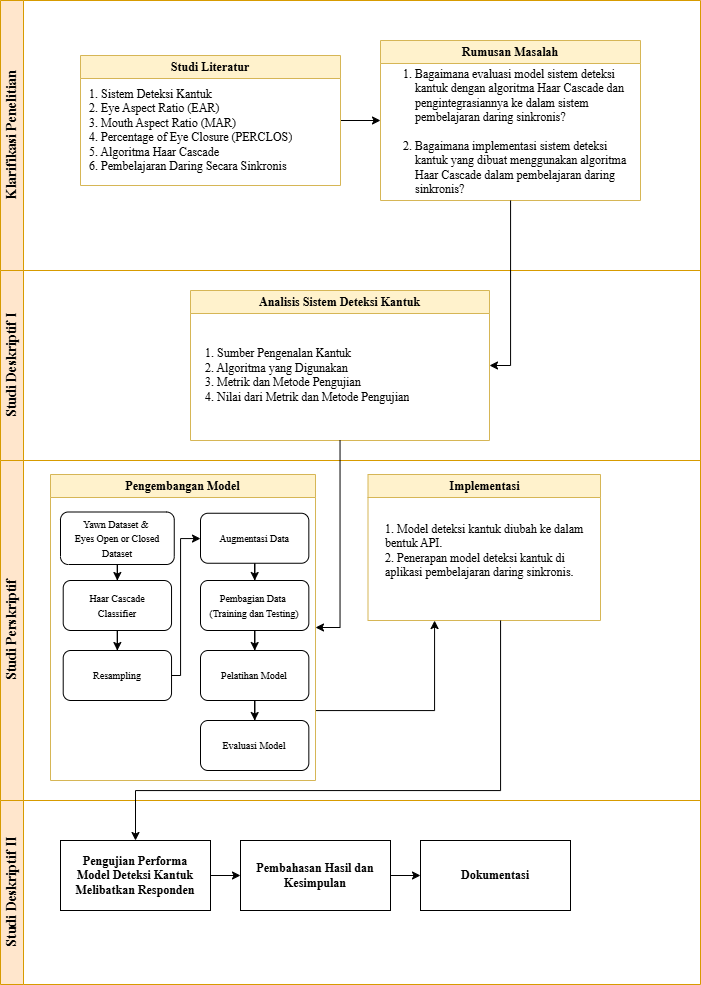
pakkaem/app.diagrams.net-repo keeps this draw.io diagram as Desain Penelitian.drawio.png. Above is the earlier version. Source tidied: cells renumbered, new cells last; positions are measured from the earlier drawing's top-left corner, leaving out a move shared by most shapes.
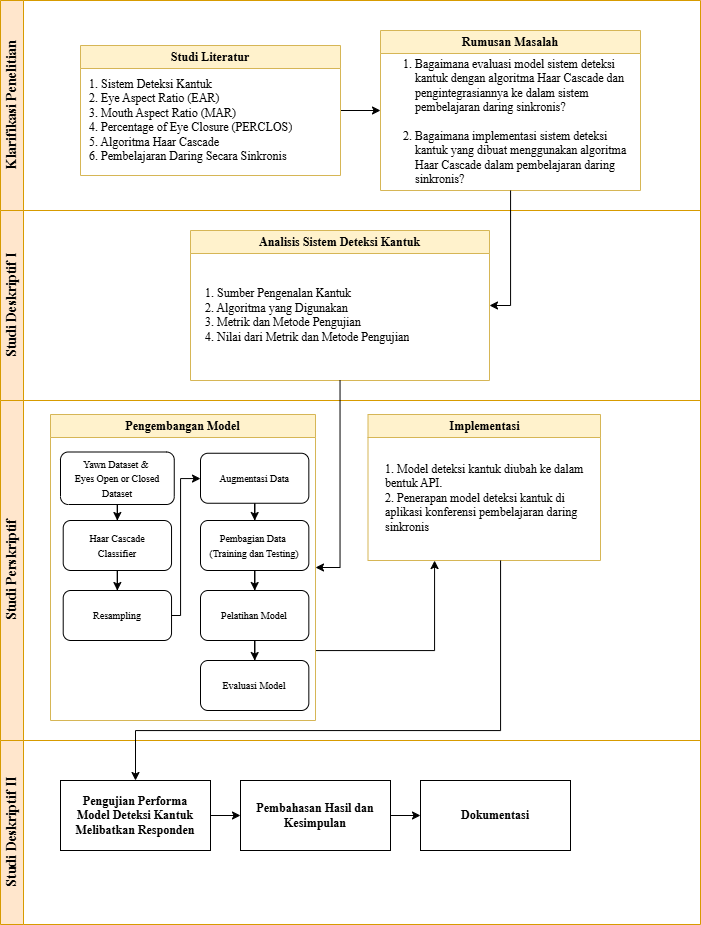
Above is the later version.

What changed in the source:
```diff
@@ -3,19 +3,19 @@
     <mxCell id="0" />
     <mxCell id="1" parent="0" />
     <mxCell id="2" value="Klarifikasi Penelitian" style="swimlane;horizontal=0;whiteSpace=wrap;html=1;fontFamily=Times New Roman;fontSize=14;fillColor=#ffe6cc;strokeColor=#d79b00;" parent="1" vertex="1">
-      <mxGeometry width="700" height="270" as="geometry" />
+      <mxGeometry y="60" width="700" height="210" as="geometry" />
     </mxCell>
     <mxCell id="3" style="edgeStyle=orthogonalEdgeStyle;rounded=0;jettySize=auto;html=1;entryX=0;entryY=0.5;entryDx=0;entryDy=0;" parent="2" edge="1" source="4" target="6">
       <mxGeometry relative="1" as="geometry" />
     </mxCell>
     <mxCell id="4" value="&lt;font face=&quot;Times New Roman&quot;&gt;Studi Literatur&lt;/font&gt;" style="swimlane;whiteSpace=wrap;html=1;fillColor=#fff2cc;strokeColor=#d6b656;" parent="2" vertex="1">
-      <mxGeometry x="80" y="55" width="260" height="130" as="geometry" />
+      <mxGeometry x="80" y="45" width="260" height="130" as="geometry" />
     </mxCell>
     <mxCell id="5" value="&lt;p&gt;&lt;span style=&quot;background-color: initial;&quot;&gt;1. Sistem Deteksi Kantuk&lt;br&gt;2. Eye Aspect Ratio (EAR)&lt;br&gt;&lt;/span&gt;&lt;span style=&quot;background-color: initial;&quot;&gt;3. Mouth Aspect Ratio (MAR)&amp;nbsp;&lt;br&gt;4. Percentage of Eye Closure (PERCLOS)&lt;br&gt;5. Algoritma Haar Cascade&lt;br&gt;6. Pembelajaran Daring Secara Sinkronis&lt;/span&gt;&lt;/p&gt;" style="text;html=1;strokeColor=none;fillColor=none;spacing=5;spacingTop=-20;whiteSpace=wrap;overflow=hidden;rounded=0;fontFamily=Times New Roman;" parent="4" vertex="1">
       <mxGeometry x="4" y="30" width="250" height="100" as="geometry" />
     </mxCell>
     <mxCell id="6" value="&lt;font face=&quot;Times New Roman&quot;&gt;Rumusan Masalah&lt;/font&gt;" style="swimlane;whiteSpace=wrap;html=1;startSize=23;fillColor=#fff2cc;strokeColor=#d6b656;" parent="2" vertex="1">
-      <mxGeometry x="380" y="40" width="260" height="160" as="geometry" />
+      <mxGeometry x="380" y="30" width="260" height="160" as="geometry" />
     </mxCell>
     <mxCell id="7" value="&lt;p&gt;&lt;/p&gt;&lt;ol&gt;&lt;li&gt;Bagaimana evaluasi model sistem deteksi kantuk dengan algoritma Haar Cascade dan pengintegrasiannya ke dalam sistem pembelajaran daring sinkronis?&lt;br&gt;&lt;br&gt;&lt;/li&gt;&lt;li&gt;&lt;span style=&quot;background-color: initial;&quot;&gt;Bagaimana implementasi sistem deteksi kantuk yang dibuat menggunakan algoritma Haar Cascade dalam pembelajaran daring sinkronis?&lt;/span&gt;&lt;/li&gt;&lt;/ol&gt;&lt;p&gt;&lt;/p&gt;" style="text;html=1;strokeColor=none;fillColor=none;spacing=5;spacingTop=-20;whiteSpace=wrap;overflow=hidden;rounded=0;fontFamily=Times New Roman;" parent="6" vertex="1">
       <mxGeometry x="-10" y="25" width="260" height="130" as="geometry" />
@@ -91,7 +91,7 @@
     <mxCell id="27" value="&lt;font face=&quot;Times New Roman&quot;&gt;Implementasi&lt;/font&gt;" style="swimlane;whiteSpace=wrap;html=1;fillColor=#fff2cc;strokeColor=#d6b656;" parent="11" vertex="1">
       <mxGeometry x="367.5" y="14" width="232.5" height="146" as="geometry" />
     </mxCell>
-    <mxCell id="28" value="&lt;p&gt;&lt;span style=&quot;font-family: &amp;quot;Times New Roman&amp;quot;; background-color: initial;&quot;&gt;1. Model deteksi kantuk diubah ke dalam bentuk API.&lt;br&gt;2. Penerapan model deteksi kantuk di aplikasi pembelajaran daring sinkronis.&lt;/span&gt;&lt;/p&gt;&lt;p&gt;&lt;span style=&quot;font-family: &amp;quot;Times New Roman&amp;quot;; background-color: initial;&quot;&gt;&lt;br&gt;&lt;/span&gt;&lt;/p&gt;" style="text;html=1;strokeColor=none;fillColor=none;spacing=5;spacingTop=-20;whiteSpace=wrap;overflow=hidden;rounded=0;" parent="27" vertex="1">
+    <mxCell id="28" value="&lt;p&gt;&lt;span style=&quot;font-family: &amp;quot;Times New Roman&amp;quot;; background-color: initial;&quot;&gt;1. Model deteksi kantuk diubah ke dalam bentuk API.&lt;br&gt;2. Penerapan model deteksi kantuk di aplikasi konferensi pembelajaran daring sinkronis&lt;/span&gt;&lt;/p&gt;" style="text;html=1;strokeColor=none;fillColor=none;spacing=5;spacingTop=-20;whiteSpace=wrap;overflow=hidden;rounded=0;" parent="27" vertex="1">
       <mxGeometry x="12.5" y="46" width="207.5" height="71.2" as="geometry" />
     </mxCell>
     <mxCell id="29" value="Studi Deskriptif II" style="swimlane;horizontal=0;whiteSpace=wrap;html=1;fontFamily=Times New Roman;fontSize=14;fillColor=#ffe6cc;strokeColor=#d79b00;" parent="1" vertex="1">
```
